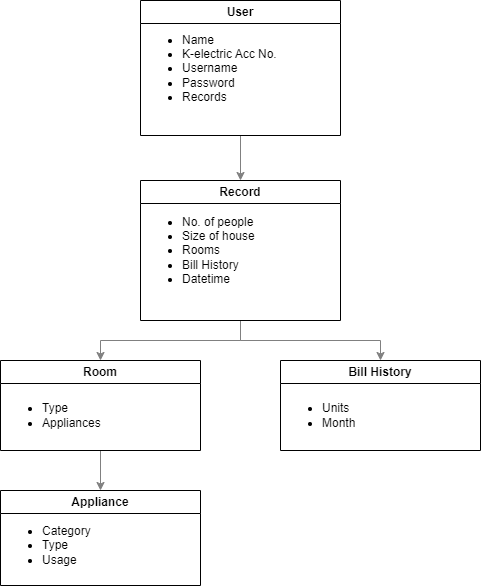
This is images/data.png from insane-kaavish/Kaavish-SRS, a draw.io export, as it was before one commit. Source tidied: cells renumbered, new cells last; positions are measured from the earlier drawing's top-left corner, leaving out a move shared by most shapes.
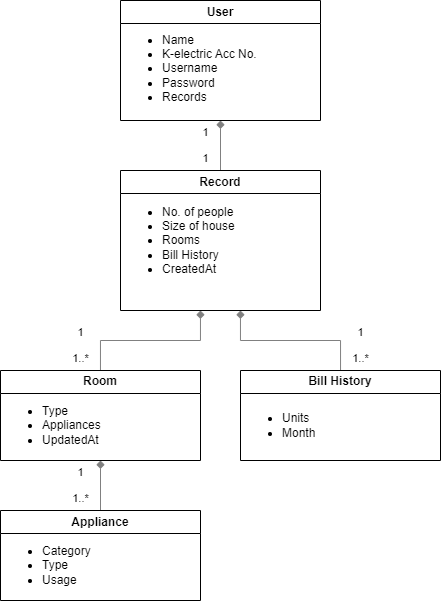
Above is the later version.

Diff of the diagram source:
```diff
@@ -2,47 +2,69 @@
   <root>
     <mxCell id="0" />
     <mxCell id="1" parent="0" />
-    <mxCell id="2" style="edgeStyle=orthogonalEdgeStyle;shape=connector;rounded=0;jettySize=auto;html=1;labelBackgroundColor=default;strokeColor=#808080;align=center;verticalAlign=middle;fontFamily=Helvetica;fontSize=11;fontColor=default;endArrow=classic;" parent="1" edge="1" source="4" target="10">
-      <mxGeometry relative="1" as="geometry" />
+    <mxCell id="2" style="edgeStyle=orthogonalEdgeStyle;shape=connector;rounded=0;jettySize=auto;html=1;labelBackgroundColor=default;strokeColor=#808080;align=center;verticalAlign=middle;fontFamily=Helvetica;fontSize=11;fontColor=default;endArrow=diamond;endFill=1;" parent="1" edge="1" source="10" target="4">
+      <mxGeometry relative="1" as="geometry">
+        <Array as="points">
+          <mxPoint x="120" y="350" />
+          <mxPoint x="220" y="350" />
+        </Array>
+      </mxGeometry>
     </mxCell>
-    <mxCell id="3" style="edgeStyle=orthogonalEdgeStyle;shape=connector;rounded=0;jettySize=auto;html=1;labelBackgroundColor=default;strokeColor=#808080;align=center;verticalAlign=middle;fontFamily=Helvetica;fontSize=11;fontColor=default;endArrow=classic;" parent="1" edge="1" source="4" target="14">
-      <mxGeometry relative="1" as="geometry" />
+    <mxCell id="3" style="edgeStyle=orthogonalEdgeStyle;shape=connector;rounded=0;jettySize=auto;html=1;labelBackgroundColor=default;strokeColor=#808080;align=center;verticalAlign=middle;fontFamily=Helvetica;fontSize=11;fontColor=default;endArrow=diamond;endFill=1;" parent="1" edge="1" source="14" target="4">
+      <mxGeometry relative="1" as="geometry">
+        <Array as="points">
+          <mxPoint x="360" y="350" />
+          <mxPoint x="260" y="350" />
+        </Array>
+      </mxGeometry>
     </mxCell>
+    <mxCell id="16" style="edgeStyle=orthogonalEdgeStyle;shape=connector;rounded=0;jettySize=auto;html=1;entryX=0.5;entryY=1;entryDx=0;entryDy=0;labelBackgroundColor=default;strokeColor=#808080;align=center;verticalAlign=middle;fontFamily=Helvetica;fontSize=11;fontColor=default;endArrow=diamond;endFill=1;" parent="1" edge="1" source="4" target="7">
+      <mxGeometry relative="1" as="geometry" />
+    </mxCell>
     <mxCell id="4" value="Record" style="swimlane;whiteSpace=wrap;html=1;" parent="1" vertex="1">
       <mxGeometry x="140" y="180" width="200" height="140" as="geometry" />
     </mxCell>
-    <mxCell id="5" value="&lt;ul&gt;&lt;li&gt;No. of people&lt;/li&gt;&lt;li&gt;Size of house&lt;/li&gt;&lt;li&gt;Rooms&lt;/li&gt;&lt;li&gt;Bill History&lt;/li&gt;&lt;li&gt;Datetime&lt;/li&gt;&lt;/ul&gt;" style="text;html=1;align=left;verticalAlign=middle;strokeColor=none;fillColor=none;" parent="4" vertex="1">
+    <mxCell id="5" value="&lt;ul&gt;&lt;li&gt;No. of people&lt;/li&gt;&lt;li&gt;Size of house&lt;/li&gt;&lt;li&gt;Rooms&lt;/li&gt;&lt;li&gt;Bill History&lt;/li&gt;&lt;li&gt;CreatedAt&lt;/li&gt;&lt;/ul&gt;" style="text;html=1;align=left;verticalAlign=middle;strokeColor=none;fillColor=none;" parent="4" vertex="1">
       <mxGeometry y="15" width="140" height="110" as="geometry" />
     </mxCell>
-    <mxCell id="6" style="edgeStyle=orthogonalEdgeStyle;rounded=0;jettySize=auto;html=1;entryX=0.5;entryY=0;entryDx=0;entryDy=0;strokeColor=#808080;" parent="1" edge="1" source="7" target="4">
-      <mxGeometry relative="1" as="geometry" />
-    </mxCell>
     <mxCell id="7" value="User" style="swimlane;whiteSpace=wrap;html=1;" parent="1" vertex="1">
-      <mxGeometry x="140" width="200" height="135" as="geometry" />
+      <mxGeometry x="140" y="10" width="200" height="120" as="geometry" />
     </mxCell>
     <mxCell id="8" value="&lt;ul&gt;&lt;li&gt;Name&lt;/li&gt;&lt;li&gt;K-electric Acc No.&lt;/li&gt;&lt;li&gt;Username&lt;/li&gt;&lt;li&gt;Password&lt;/li&gt;&lt;li&gt;Records&lt;/li&gt;&lt;/ul&gt;" style="text;html=1;align=left;verticalAlign=middle;strokeColor=none;fillColor=none;" parent="7" vertex="1">
       <mxGeometry y="12.5" width="160" height="110" as="geometry" />
     </mxCell>
-    <mxCell id="9" style="edgeStyle=orthogonalEdgeStyle;shape=connector;rounded=0;jettySize=auto;html=1;entryX=0.5;entryY=0;entryDx=0;entryDy=0;labelBackgroundColor=default;strokeColor=#808080;align=center;verticalAlign=middle;fontFamily=Helvetica;fontSize=11;fontColor=default;endArrow=classic;" parent="1" edge="1" source="10" target="12">
+    <mxCell id="9" style="edgeStyle=orthogonalEdgeStyle;shape=connector;rounded=0;jettySize=auto;html=1;labelBackgroundColor=default;strokeColor=#808080;align=center;verticalAlign=middle;fontFamily=Helvetica;fontSize=11;fontColor=default;endArrow=diamond;exitX=0.5;exitY=0;exitDx=0;exitDy=0;endFill=1;" parent="1" edge="1" source="12" target="10">
       <mxGeometry relative="1" as="geometry" />
     </mxCell>
     <mxCell id="10" value="Room" style="swimlane;whiteSpace=wrap;html=1;" parent="1" vertex="1">
-      <mxGeometry y="360" width="200" height="90" as="geometry" />
+      <mxGeometry x="20" y="380" width="200" height="90" as="geometry" />
     </mxCell>
-    <mxCell id="11" value="&lt;ul&gt;&lt;li&gt;Type&lt;/li&gt;&lt;li&gt;Appliances&lt;/li&gt;&lt;/ul&gt;" style="text;html=1;align=left;verticalAlign=middle;strokeColor=none;fillColor=none;" parent="10" vertex="1">
-      <mxGeometry y="20" width="120" height="70" as="geometry" />
+    <mxCell id="11" value="&lt;ul&gt;&lt;li&gt;Type&lt;/li&gt;&lt;li&gt;Appliances&lt;/li&gt;&lt;li&gt;UpdatedAt&lt;/li&gt;&lt;/ul&gt;" style="text;html=1;align=left;verticalAlign=middle;strokeColor=none;fillColor=none;" parent="10" vertex="1">
+      <mxGeometry y="15" width="120" height="80" as="geometry" />
     </mxCell>
     <mxCell id="12" value="Appliance" style="swimlane;whiteSpace=wrap;html=1;" parent="1" vertex="1">
-      <mxGeometry y="490" width="200" height="95" as="geometry" />
+      <mxGeometry x="20" y="520" width="200" height="90" as="geometry" />
     </mxCell>
     <mxCell id="13" value="&lt;ul&gt;&lt;li&gt;Category&lt;/li&gt;&lt;li&gt;Type&lt;/li&gt;&lt;li&gt;Usage&lt;/li&gt;&lt;/ul&gt;" style="text;html=1;align=left;verticalAlign=middle;strokeColor=none;fillColor=none;" parent="12" vertex="1">
       <mxGeometry y="15" width="110" height="80" as="geometry" />
     </mxCell>
     <mxCell id="14" value="Bill History" style="swimlane;whiteSpace=wrap;html=1;" parent="1" vertex="1">
-      <mxGeometry x="280" y="360" width="200" height="90" as="geometry" />
+      <mxGeometry x="260" y="380" width="200" height="90" as="geometry" />
     </mxCell>
     <mxCell id="15" value="&lt;ul&gt;&lt;li&gt;Units&lt;/li&gt;&lt;li&gt;Month&lt;/li&gt;&lt;/ul&gt;" style="text;html=1;align=left;verticalAlign=middle;strokeColor=none;fillColor=none;" parent="14" vertex="1">
       <mxGeometry y="20" width="100" height="70" as="geometry" />
     </mxCell>
+    <mxCell id="17" value="1&lt;br&gt;&lt;br&gt;1" style="text;html=1;align=center;verticalAlign=middle;strokeColor=none;fillColor=none;fontSize=11;fontFamily=Helvetica;fontColor=default;" parent="1" vertex="1">
+      <mxGeometry x="210" y="130" width="30" height="50" as="geometry" />
+    </mxCell>
+    <mxCell id="18" value="1&lt;br&gt;&lt;br&gt;1..*" style="text;html=1;align=center;verticalAlign=middle;strokeColor=none;fillColor=none;fontSize=11;fontFamily=Helvetica;fontColor=default;" parent="1" vertex="1">
+      <mxGeometry x="80" y="330" width="40" height="50" as="geometry" />
+    </mxCell>
+    <mxCell id="19" value="1&lt;br&gt;&lt;br&gt;1..*" style="text;html=1;align=center;verticalAlign=middle;strokeColor=none;fillColor=none;fontSize=11;fontFamily=Helvetica;fontColor=default;" parent="1" vertex="1">
+      <mxGeometry x="360" y="330" width="40" height="50" as="geometry" />
+    </mxCell>
+    <mxCell id="20" value="1&lt;br&gt;&lt;br&gt;1..*" style="text;html=1;align=center;verticalAlign=middle;strokeColor=none;fillColor=none;fontSize=11;fontFamily=Helvetica;fontColor=default;" parent="1" vertex="1">
+      <mxGeometry x="80" y="470" width="40" height="50" as="geometry" />
+    </mxCell>
   </root>
 </mxGraphModel>
```
